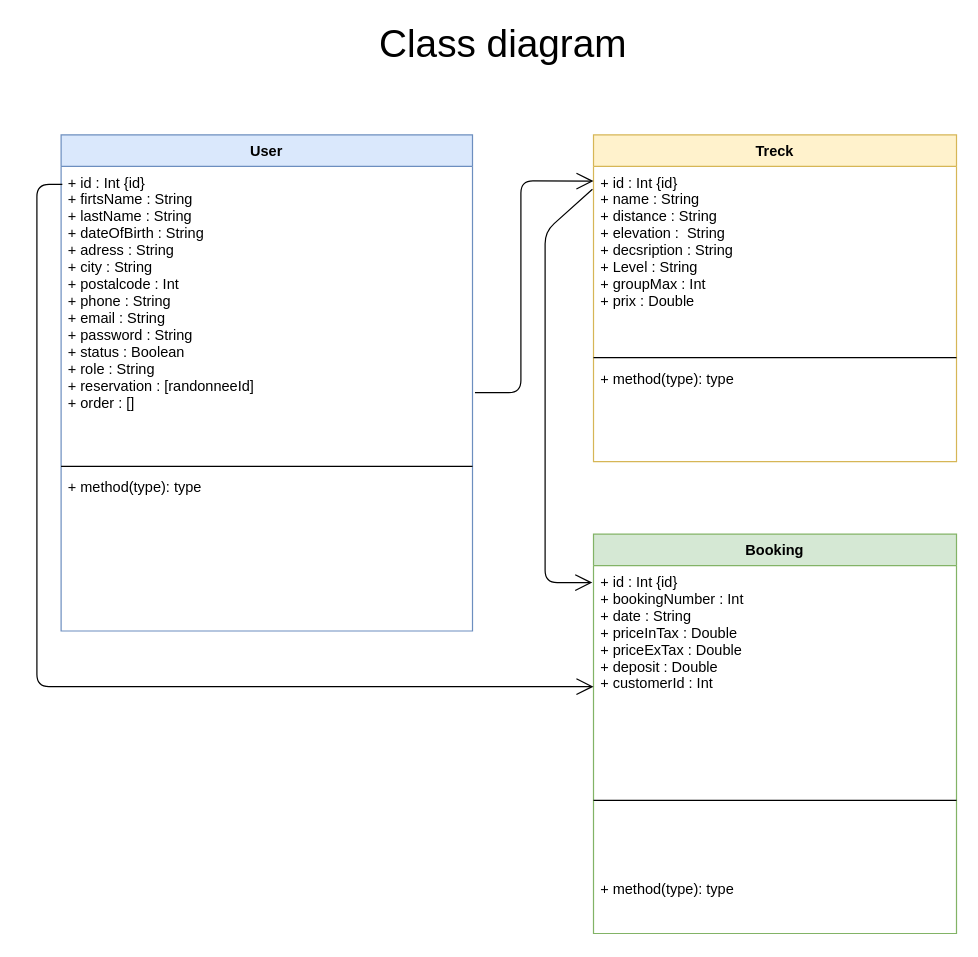
This is page "Class diagram" (6 of 6) of RandoDrawIo.drawio from Colibri385/RandoDrawIo, a draw.io file, before an edit. Source tidied: cells renumbered, new cells numbered last; positions are measured from the earlier drawing's top-left corner, leaving out a move shared by most shapes. Both pictures are drawn from the tidied source at 121%, with x=0, y=0 at pixel (36, 25).
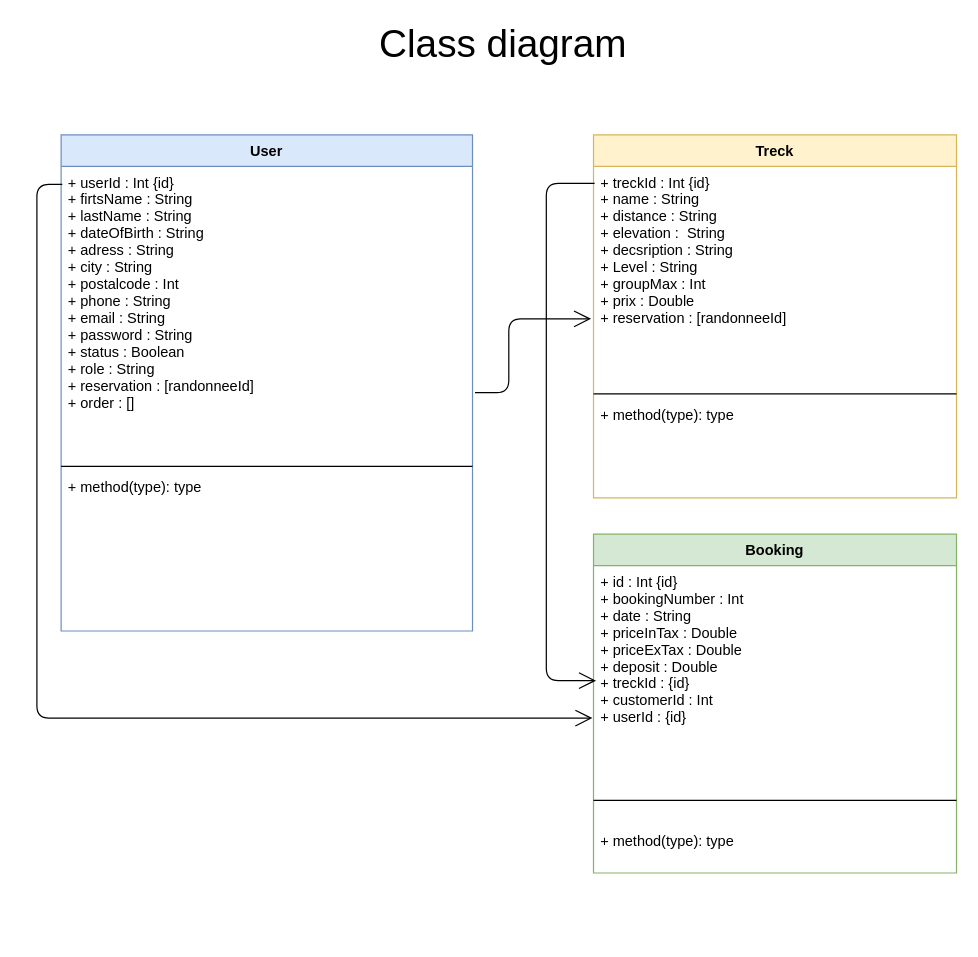
After the change.

Unchanged cells that the change refers to:
```xml
<mxCell id="3" value="User" style="swimlane;fontStyle=1;align=center;verticalAlign=top;horizontal=1;startSize=26;fillColor=#dae8fc;fontSize=12;strokeColor=#6c8ebf;" parent="1" vertex="1">
  <mxGeometry x="20" y="90" width="340" height="410" as="geometry" />
</mxCell>
```

Diff of the diagram source:
```diff
@@
-    <mxCell id="4" value="+ id : Int {id}&#10;+ firtsName : String&#10;+ lastName : String&#10;+ dateOfBirth : String&#10;+ adress : String&#10;+ city : String&#10;+ postalcode : Int&#10;+ phone : String&#10;+ email : String&#10;+ password : String&#10;+ status : Boolean&#10;+ role : String&#10;+ reservation : [randonneeId]&#10;+ order : []&#10;&#10;&#10;&#10;&#10;" style="text;strokeColor=none;fillColor=none;align=left;verticalAlign=top;spacingLeft=4;spacingRight=4;overflow=hidden;points=[[0,0.5],[1,0.5]];portConstraint=eastwest;" parent="3" vertex="1">
+    <mxCell id="4" value="+ userId : Int {id}&#10;+ firtsName : String&#10;+ lastName : String&#10;+ dateOfBirth : String&#10;+ adress : String&#10;+ city : String&#10;+ postalcode : Int&#10;+ phone : String&#10;+ email : String&#10;+ password : String&#10;+ status : Boolean&#10;+ role : String&#10;+ reservation : [randonneeId]&#10;+ order : []&#10;&#10;&#10;&#10;&#10;&#10;&#10;" style="text;strokeColor=none;fillColor=none;align=left;verticalAlign=top;spacingLeft=4;spacingRight=4;overflow=hidden;points=[[0,0.5],[1,0.5]];portConstraint=eastwest;" parent="3" vertex="1">
       <mxGeometry y="26" width="340" height="244" as="geometry" />
     </mxCell>
@@
     <mxCell id="7" value="Treck" style="swimlane;fontStyle=1;align=center;verticalAlign=top;horizontal=1;startSize=26;fillColor=#fff2cc;fontSize=12;strokeColor=#d6b656;" parent="1" vertex="1">
-      <mxGeometry x="460" y="90" width="300" height="270" as="geometry" />
+      <mxGeometry x="460" y="90" width="300" height="300" as="geometry" />
     </mxCell>
-    <mxCell id="8" value="+ id : Int {id}&#10;+ name : String&#10;+ distance : String&#10;+ elevation :  String&#10;+ decsription : String&#10;+ Level : String&#10;+ groupMax : Int&#10;+ prix : Double&#10;&#10;&#10;&#10;" style="text;strokeColor=none;fillColor=none;align=left;verticalAlign=top;spacingLeft=4;spacingRight=4;overflow=hidden;points=[[0,0.5],[1,0.5]];portConstraint=eastwest;" parent="7" vertex="1">
-      <mxGeometry y="26" width="300" height="154" as="geometry" />
+    <mxCell id="8" value="+ treckId : Int {id}&#10;+ name : String&#10;+ distance : String&#10;+ elevation :  String&#10;+ decsription : String&#10;+ Level : String&#10;+ groupMax : Int&#10;+ prix : Double&#10;+ reservation : [randonneeId]&#10;&#10;&#10;&#10;&#10;&#10;&#10;" style="text;strokeColor=none;fillColor=none;align=left;verticalAlign=top;spacingLeft=4;spacingRight=4;overflow=hidden;points=[[0,0.5],[1,0.5]];portConstraint=eastwest;" parent="7" vertex="1">
+      <mxGeometry y="26" width="300" height="184" as="geometry" />
     </mxCell>
     <mxCell id="9" style="line;strokeWidth=1;fillColor=none;align=left;verticalAlign=middle;spacingTop=-1;spacingLeft=3;spacingRight=3;labelPosition=right;" parent="7" vertex="1">
-      <mxGeometry y="180" width="300" height="8" as="geometry" />
+      <mxGeometry y="210" width="300" height="8" as="geometry" />
     </mxCell>
     <mxCell id="10" value="+ method(type): type" style="text;strokeColor=none;fillColor=none;align=left;verticalAlign=top;spacingLeft=4;spacingRight=4;overflow=hidden;" parent="7" vertex="1">
-      <mxGeometry y="188" width="300" height="82" as="geometry" />
+      <mxGeometry y="218" width="300" height="82" as="geometry" />
     </mxCell>
-    <mxCell id="11" style="endArrow=open;endFill=1;endSize=12;html=1;fontSize=12;fontColor=#000000;entryX=0;entryY=0.079;entryDx=0;entryDy=0;entryPerimeter=0;exitX=1.006;exitY=0.766;exitDx=0;exitDy=0;exitPerimeter=0;" parent="1" edge="1" source="4" target="8">
+    <mxCell id="11" style="endArrow=open;endFill=1;endSize=12;html=1;fontSize=12;fontColor=#000000;exitX=1.006;exitY=0.766;exitDx=0;exitDy=0;exitPerimeter=0;" parent="1" edge="1" source="4">
       <mxGeometry relative="1" as="geometry">
+        <mxPoint x="458" y="242" as="targetPoint" />
         <Array as="points">
-          <mxPoint x="400" y="303" />
-          <mxPoint x="400" y="128" />
+          <mxPoint x="390" y="303" />
+          <mxPoint x="390" y="242" />
         </Array>
       </mxGeometry>
     </mxCell>
     <mxCell id="12" value="Booking" style="swimlane;fontStyle=1;align=center;verticalAlign=top;horizontal=1;startSize=26;fillColor=#d5e8d4;fontSize=12;strokeColor=#82b366;" parent="1" vertex="1">
-      <mxGeometry x="460" y="420" width="300" height="330" as="geometry" />
+      <mxGeometry x="460" y="420" width="300" height="280" as="geometry" />
     </mxCell>
-    <mxCell id="13" value="+ id : Int {id}&#10;+ bookingNumber : Int&#10;+ date : String&#10;+ priceInTax : Double&#10;+ priceExTax : Double&#10;+ deposit : Double&#10;+ customerId : Int&#10;&#10;&#10;&#10;&#10;&#10;&#10;&#10;&#10;" style="text;strokeColor=none;fillColor=none;align=left;verticalAlign=top;spacingLeft=4;spacingRight=4;overflow=hidden;points=[[0,0.5],[1,0.5]];portConstraint=eastwest;" parent="12" vertex="1">
+    <mxCell id="13" value="+ id : Int {id}&#10;+ bookingNumber : Int&#10;+ date : String&#10;+ priceInTax : Double&#10;+ priceExTax : Double&#10;+ deposit : Double&#10;+ treckId : {id}&#10;+ customerId : Int&#10;+ userId : {id}&#10;&#10;&#10;&#10;&#10;&#10;&#10;&#10;&#10;&#10;" style="text;strokeColor=none;fillColor=none;align=left;verticalAlign=top;spacingLeft=4;spacingRight=4;overflow=hidden;points=[[0,0.5],[1,0.5]];portConstraint=eastwest;" parent="12" vertex="1">
       <mxGeometry y="26" width="300" height="134" as="geometry" />
     </mxCell>
@@
-    <mxCell id="15" value="+ method(type): type" style="text;strokeColor=none;fillColor=none;align=left;verticalAlign=top;spacingLeft=4;spacingRight=4;overflow=hidden;" parent="12" vertex="1">
-      <mxGeometry y="280" width="300" height="50" as="geometry" />
-    </mxCell>
-    <mxCell id="16" style="endArrow=open;endFill=1;endSize=12;html=1;fontSize=12;fontColor=#000000;exitX=-0.003;exitY=0.123;exitDx=0;exitDy=0;exitPerimeter=0;" parent="1" edge="1" source="8">
+    <mxCell id="16" style="endArrow=open;endFill=1;endSize=12;html=1;fontSize=12;fontColor=#000000;entryX=0.007;entryY=0.709;entryDx=0;entryDy=0;entryPerimeter=0;exitX=0.003;exitY=0.076;exitDx=0;exitDy=0;exitPerimeter=0;" parent="1" edge="1" source="8" target="13">
       <mxGeometry relative="1" as="geometry">
-        <mxPoint x="459" y="460" as="targetPoint" />
         <Array as="points">
-          <mxPoint x="420" y="170" />
-          <mxPoint x="420" y="460" />
+          <mxPoint x="421" y="130" />
+          <mxPoint x="421" y="541" />
         </Array>
       </mxGeometry>
     </mxCell>
-    <mxCell id="17" style="endArrow=open;endFill=1;endSize=12;html=1;fontSize=12;fontColor=#000000;exitX=0.003;exitY=0.061;exitDx=0;exitDy=0;exitPerimeter=0;entryX=0;entryY=0.746;entryDx=0;entryDy=0;entryPerimeter=0;" parent="1" edge="1" source="4" target="13">
+    <mxCell id="17" style="endArrow=open;endFill=1;endSize=12;html=1;fontSize=12;fontColor=#000000;exitX=0.003;exitY=0.061;exitDx=0;exitDy=0;exitPerimeter=0;entryX=-0.003;entryY=0.94;entryDx=0;entryDy=0;entryPerimeter=0;" parent="1" edge="1" source="4" target="13">
       <mxGeometry relative="1" as="geometry">
         <Array as="points">
           <mxPoint y="131" />
-          <mxPoint y="546" />
+          <mxPoint y="572" />
         </Array>
       </mxGeometry>
     </mxCell>
+    <mxCell id="15" value="+ method(type): type" style="text;strokeColor=none;fillColor=none;align=left;verticalAlign=top;spacingLeft=4;spacingRight=4;overflow=hidden;" parent="1" vertex="1">
+      <mxGeometry x="460" y="660" width="300" as="geometry" />
+    </mxCell>
```
